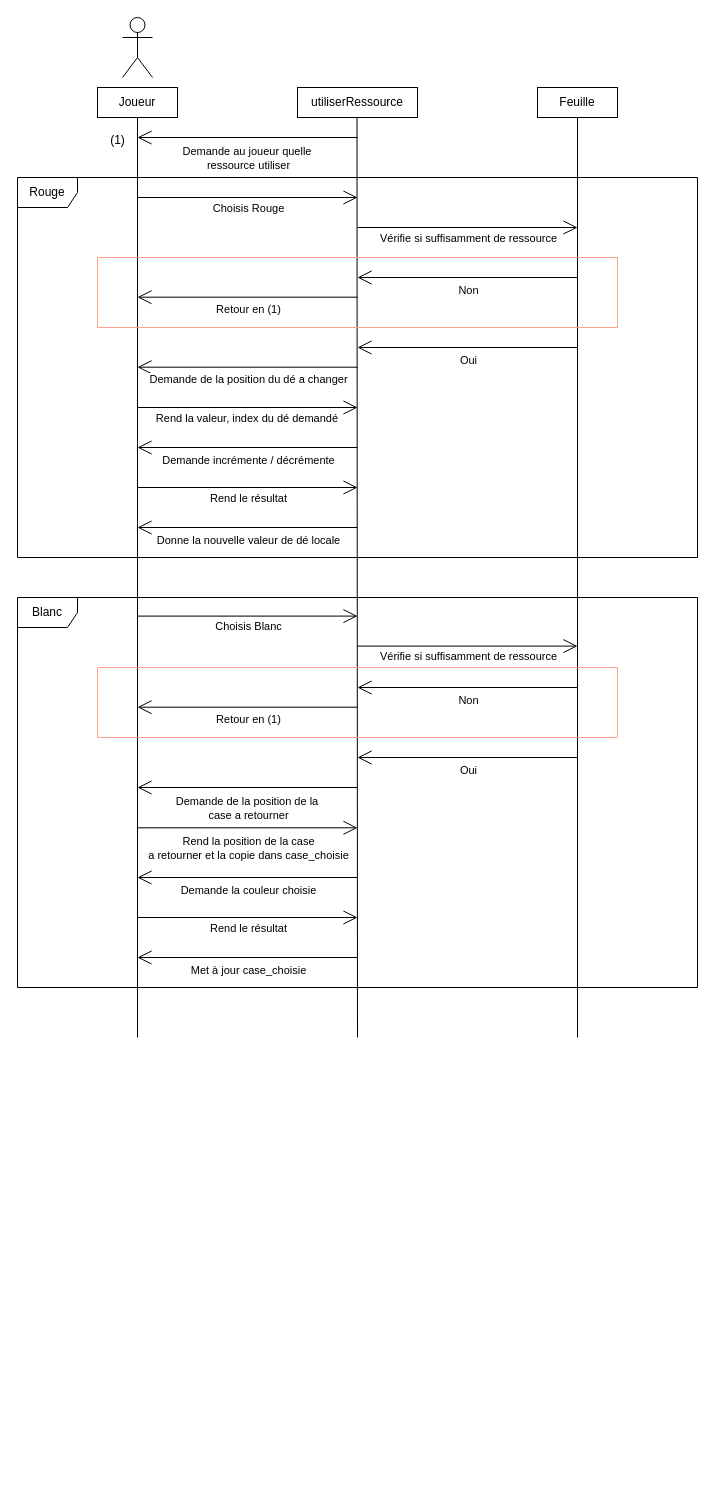
This is Diagramme-séquence-Action-en-Partie.drawio from AntoineMilochevitch/Troyes-Dice, a draw.io file, before an edit. Source tidied: cells renumbered, new cells numbered last; positions are measured from the earlier drawing's top-left corner, leaving out a move shared by most shapes. Both pictures are drawn from the tidied source at 100%, with x=0, y=0 at pixel (17, 17).
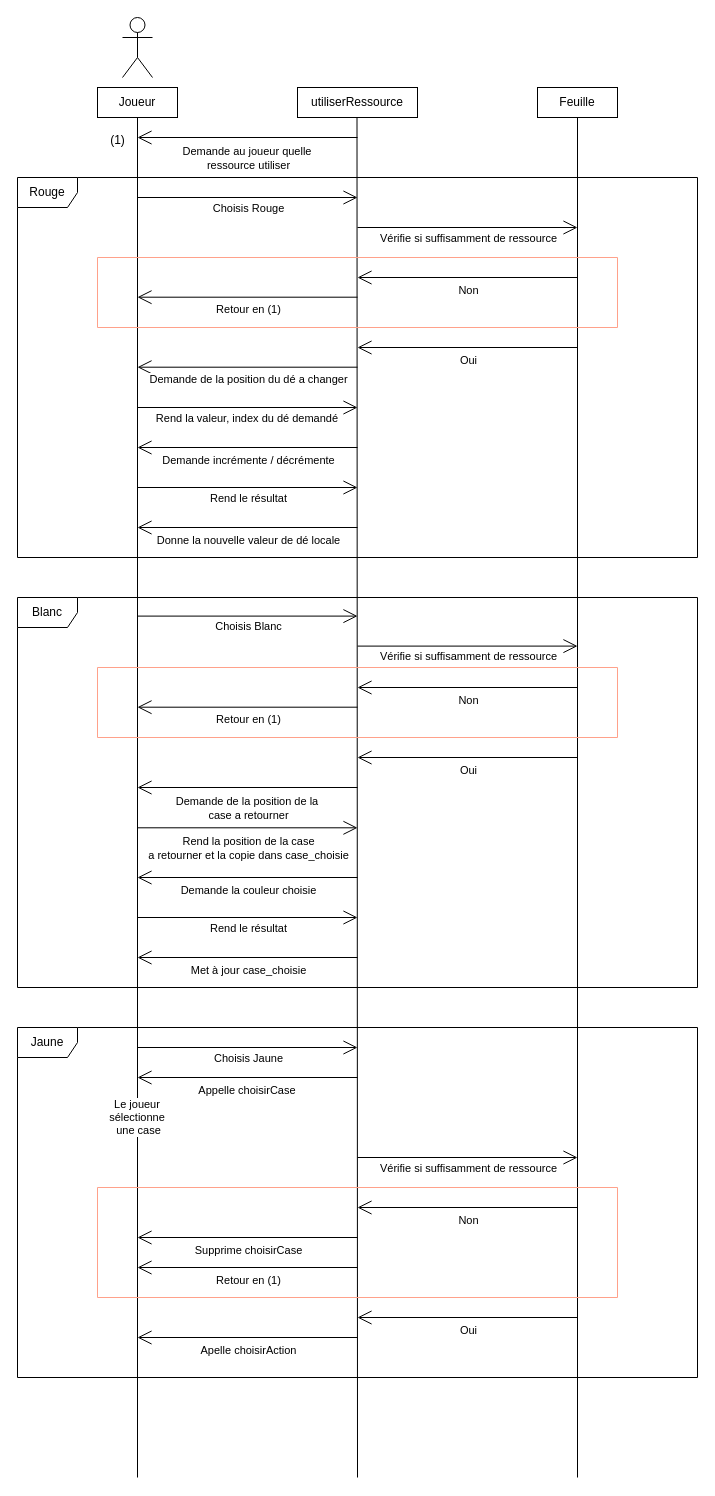
The same diagram, later.

Commit message:
Mettre à jour Diagramme-séquence-Action-en-Partie.drawio

Unchanged cells that the change refers to:
```xml
<mxCell id="2" value="Joueur" style="html=1;whiteSpace=wrap;" parent="1" vertex="1">
  <mxGeometry x="80" y="70" width="80" height="30" as="geometry" />
</mxCell>
```

Change to the diagram source:
```diff
@@
     <mxCell id="5" style="endArrow=none;html=1;rounded=0;" parent="1" edge="1" target="2">
       <mxGeometry relative="1" as="geometry">
-        <mxPoint x="120" y="1020" as="sourcePoint" />
+        <mxPoint x="120" y="1460" as="sourcePoint" />
       </mxGeometry>
     </mxCell>
+    <mxCell id="56" value="Le joueur&amp;nbsp;&lt;div&gt;sélectionne&amp;nbsp;&lt;/div&gt;&lt;div&gt;une case&lt;/div&gt;" style="edgeLabel;html=1;align=center;verticalAlign=middle;" parent="5" vertex="1">
+      <mxGeometry x="-0.43" y="-1" relative="1" as="geometry">
+        <mxPoint x="-1" y="27" as="offset" />
+      </mxGeometry>
+    </mxCell>
     <mxCell id="6" style="endArrow=none;html=1;rounded=0;" parent="1" edge="1">
       <mxGeometry relative="1" as="geometry">
-        <mxPoint x="340" y="1020" as="sourcePoint" />
+        <mxPoint x="340" y="1460" as="sourcePoint" />
         <mxPoint x="339.5" y="100" as="targetPoint" />
       </mxGeometry>
     </mxCell>
@@
     <mxCell id="12" style="endArrow=none;html=1;rounded=0;" parent="1" edge="1">
       <mxGeometry relative="1" as="geometry">
-        <mxPoint x="560" y="1020" as="sourcePoint" />
+        <mxPoint x="560" y="1460" as="sourcePoint" />
         <mxPoint x="560" y="100" as="targetPoint" />
       </mxGeometry>
     </mxCell>
@@
+    <mxCell id="57" value="Jaune" style="shape=umlFrame;whiteSpace=wrap;html=1;" parent="1" vertex="1">
+      <mxGeometry y="1010" width="680" height="350" as="geometry" />
+    </mxCell>
+    <mxCell id="58" style="swimlane;startSize=0;strokeColor=#FFA18A;" parent="1" vertex="1">
+      <mxGeometry x="80" y="1170" width="520" height="110" as="geometry" />
+    </mxCell>
+    <mxCell id="59" style="endArrow=open;endFill=1;endSize=12;html=1;rounded=0;" parent="58" edge="1">
+      <mxGeometry relative="1" as="geometry">
+        <mxPoint x="260" y="80" as="sourcePoint" />
+        <mxPoint x="40" y="80" as="targetPoint" />
+      </mxGeometry>
+    </mxCell>
+    <mxCell id="60" value="Retour en (1)" style="edgeLabel;html=1;align=center;verticalAlign=middle;" parent="59" vertex="1">
+      <mxGeometry x="0.12" y="1" relative="1" as="geometry">
+        <mxPoint x="13" y="11" as="offset" />
+      </mxGeometry>
+    </mxCell>
+    <mxCell id="61" style="endArrow=open;endFill=1;endSize=12;html=1;rounded=0;" parent="58" edge="1">
+      <mxGeometry relative="1" as="geometry">
+        <mxPoint x="480" y="20" as="sourcePoint" />
+        <mxPoint x="260" y="20" as="targetPoint" />
+      </mxGeometry>
+    </mxCell>
+    <mxCell id="62" value="Non" style="edgeLabel;html=1;align=center;verticalAlign=middle;" parent="61" vertex="1">
+      <mxGeometry x="0.12" y="1" relative="1" as="geometry">
+        <mxPoint x="13" y="11" as="offset" />
+      </mxGeometry>
+    </mxCell>
+    <mxCell id="63" style="endArrow=open;endFill=1;endSize=12;html=1;rounded=0;" parent="58" edge="1">
+      <mxGeometry relative="1" as="geometry">
+        <mxPoint x="260" y="50" as="sourcePoint" />
+        <mxPoint x="40" y="50" as="targetPoint" />
+      </mxGeometry>
+    </mxCell>
+    <mxCell id="64" value="Supprime choisirCase" style="edgeLabel;html=1;align=center;verticalAlign=middle;" parent="63" vertex="1">
+      <mxGeometry x="0.12" y="1" relative="1" as="geometry">
+        <mxPoint x="13" y="11" as="offset" />
+      </mxGeometry>
+    </mxCell>
+    <mxCell id="65" style="endArrow=open;endFill=1;endSize=12;html=1;rounded=0;" parent="1" edge="1">
+      <mxGeometry relative="1" as="geometry">
+        <mxPoint x="120" y="1030" as="sourcePoint" />
+        <mxPoint x="340" y="1030" as="targetPoint" />
+      </mxGeometry>
+    </mxCell>
+    <mxCell id="66" value="Choisis Jaune" style="edgeLabel;html=1;align=center;verticalAlign=middle;" parent="65" vertex="1">
+      <mxGeometry x="0.12" y="1" relative="1" as="geometry">
+        <mxPoint x="-13" y="11" as="offset" />
+      </mxGeometry>
+    </mxCell>
+    <mxCell id="67" style="endArrow=open;endFill=1;endSize=12;html=1;rounded=0;" parent="1" edge="1">
+      <mxGeometry relative="1" as="geometry">
+        <mxPoint x="340" y="1140" as="sourcePoint" />
+        <mxPoint x="560" y="1140" as="targetPoint" />
+      </mxGeometry>
+    </mxCell>
+    <mxCell id="68" value="Vérifie si suffisamment de ressource" style="edgeLabel;html=1;align=center;verticalAlign=middle;" parent="67" vertex="1">
+      <mxGeometry x="0.12" y="1" relative="1" as="geometry">
+        <mxPoint x="-13" y="11" as="offset" />
+      </mxGeometry>
+    </mxCell>
+    <mxCell id="69" style="endArrow=open;endFill=1;endSize=12;html=1;rounded=0;" parent="1" edge="1">
+      <mxGeometry relative="1" as="geometry">
+        <mxPoint x="340" y="1060" as="sourcePoint" />
+        <mxPoint x="120" y="1060" as="targetPoint" />
+      </mxGeometry>
+    </mxCell>
+    <mxCell id="70" value="Appelle choisirCase&amp;nbsp;" style="edgeLabel;html=1;align=center;verticalAlign=middle;" parent="69" vertex="1">
+      <mxGeometry x="0.12" y="1" relative="1" as="geometry">
+        <mxPoint x="13" y="11" as="offset" />
+      </mxGeometry>
+    </mxCell>
+    <mxCell id="71" style="endArrow=open;endFill=1;endSize=12;html=1;rounded=0;" parent="1" edge="1">
+      <mxGeometry relative="1" as="geometry">
+        <mxPoint x="560" y="1300" as="sourcePoint" />
+        <mxPoint x="340" y="1300" as="targetPoint" />
+      </mxGeometry>
+    </mxCell>
+    <mxCell id="72" value="Oui" style="edgeLabel;html=1;align=center;verticalAlign=middle;" parent="71" vertex="1">
+      <mxGeometry x="0.12" y="1" relative="1" as="geometry">
+        <mxPoint x="13" y="11" as="offset" />
+      </mxGeometry>
+    </mxCell>
+    <mxCell id="73" style="endArrow=open;endFill=1;endSize=12;html=1;rounded=0;" parent="1" edge="1">
+      <mxGeometry relative="1" as="geometry">
+        <mxPoint x="340" y="1320" as="sourcePoint" />
+        <mxPoint x="120" y="1320" as="targetPoint" />
+      </mxGeometry>
+    </mxCell>
+    <mxCell id="74" value="Apelle choisirAction" style="edgeLabel;html=1;align=center;verticalAlign=middle;" parent="73" vertex="1">
+      <mxGeometry x="0.12" y="1" relative="1" as="geometry">
+        <mxPoint x="13" y="11" as="offset" />
+      </mxGeometry>
+    </mxCell>
```
